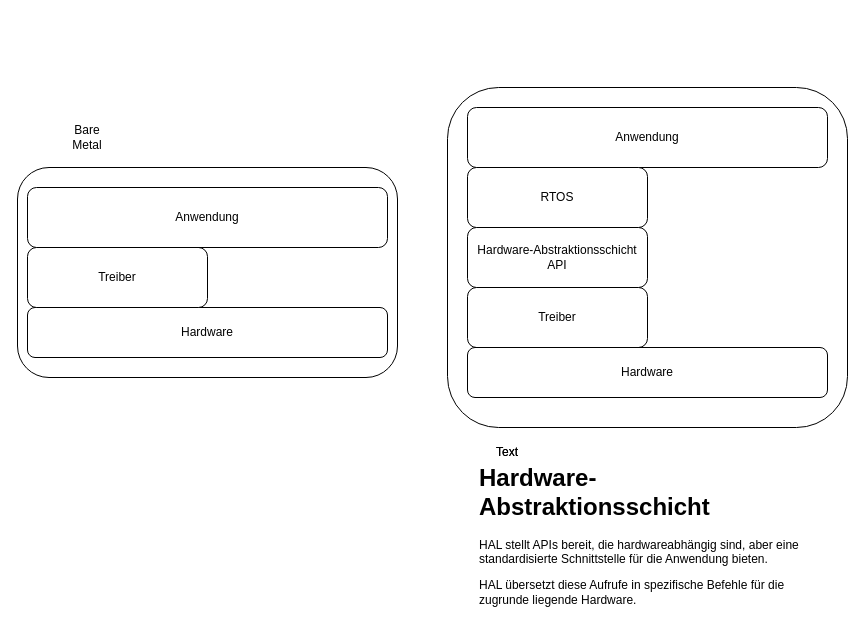
This is Unbenanntes Diagramm.drawio from JulianSchaa/JulianSchaa, a draw.io file, before an edit. Source tidied: cells renumbered, new cells numbered last; positions are measured from the earlier drawing's top-left corner, leaving out a move shared by most shapes. Both pictures are drawn from the tidied source at 100%, with x=0, y=0 at pixel (17, 87).
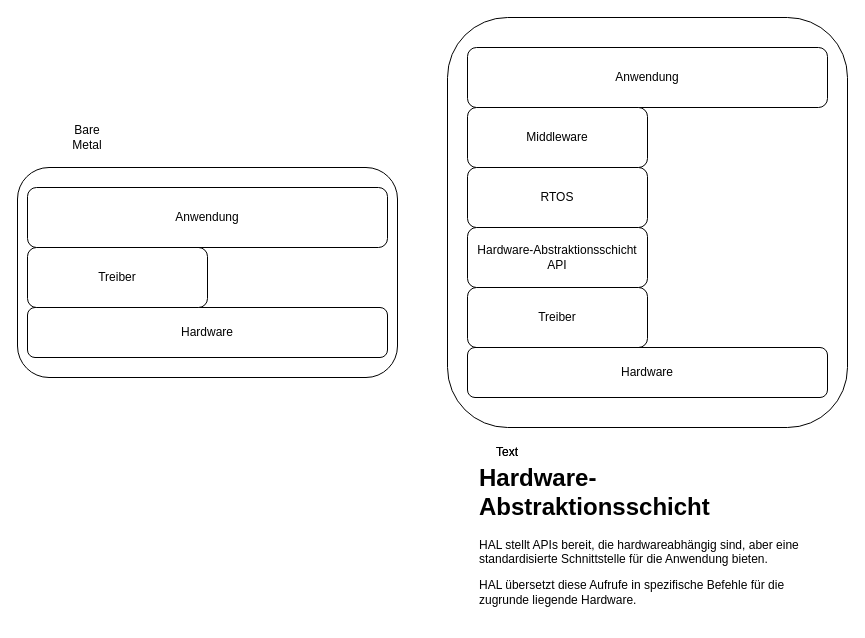
The same diagram, later.

What changed in the source:
```diff
@@
 <mxGraphModel>
   <root>
     <mxCell id="0" />
     <mxCell id="1" parent="0" />
     <mxCell id="2" style="rounded=1;whiteSpace=wrap;html=1;" parent="1" vertex="1">
-      <mxGeometry x="430" width="400" height="340" as="geometry" />
+      <mxGeometry x="430" y="-70" width="400" height="410" as="geometry" />
     </mxCell>
     <mxCell id="3" value="Anwendung" style="rounded=1;whiteSpace=wrap;html=1;" parent="1" vertex="1">
-      <mxGeometry x="450" y="20" width="360" height="60" as="geometry" />
+      <mxGeometry x="450" y="-40" width="360" height="60" as="geometry" />
     </mxCell>
     <mxCell id="4" value="RTOS" style="rounded=1;whiteSpace=wrap;html=1;" parent="1" vertex="1">
       <mxGeometry x="450" y="80" width="180" height="60" as="geometry" />
     </mxCell>
     <mxCell id="5" value="&lt;div&gt;Hardware-Abstraktionsschicht&lt;/div&gt;&lt;div&gt;API&lt;br&gt; &lt;/div&gt;" style="rounded=1;whiteSpace=wrap;html=1;" parent="1" vertex="1">
       <mxGeometry x="450" y="140" width="180" height="60" as="geometry" />
     </mxCell>
     <mxCell id="6" value="&lt;h1 style=&quot;margin-top: 0px;&quot;&gt;Hardware-Abstraktionsschicht &lt;/h1&gt;&lt;p&gt;HAL stellt APIs bereit, die hardwareabhängig sind, aber eine standardisierte Schnittstelle für die Anwendung bieten.&lt;/p&gt;&lt;p&gt;HAL übersetzt diese Aufrufe in spezifische Befehle für die zugrunde liegende Hardware.&lt;/p&gt;" style="text;html=1;whiteSpace=wrap;overflow=hidden;rounded=0;" parent="1" vertex="1">
       <mxGeometry x="460" y="370" width="340" height="160" as="geometry" />
     </mxCell>
     <mxCell id="7" value="Treiber" style="rounded=1;whiteSpace=wrap;html=1;" parent="1" vertex="1">
       <mxGeometry x="450" y="200" width="180" height="60" as="geometry" />
     </mxCell>
     <mxCell id="8" value="Hardware" style="rounded=1;whiteSpace=wrap;html=1;" parent="1" vertex="1">
       <mxGeometry x="450" y="260" width="360" height="50" as="geometry" />
     </mxCell>
     <mxCell id="9" style="rounded=1;whiteSpace=wrap;html=1;" parent="1" vertex="1">
       <mxGeometry y="80" width="380" height="210" as="geometry" />
     </mxCell>
     <mxCell id="10" value="Hardware" style="rounded=1;whiteSpace=wrap;html=1;" parent="1" vertex="1">
       <mxGeometry x="10" y="220" width="360" height="50" as="geometry" />
     </mxCell>
     <mxCell id="11" value="Treiber" style="rounded=1;whiteSpace=wrap;html=1;" parent="1" vertex="1">
       <mxGeometry x="10" y="160" width="180" height="60" as="geometry" />
     </mxCell>
     <mxCell id="12" value="Anwendung" style="rounded=1;whiteSpace=wrap;html=1;" parent="1" vertex="1">
       <mxGeometry x="10" y="100" width="360" height="60" as="geometry" />
     </mxCell>
     <mxCell id="13" value="Text" style="text;html=1;align=center;verticalAlign=middle;whiteSpace=wrap;rounded=0;" parent="1" vertex="1">
       <mxGeometry x="460" y="350" width="60" height="30" as="geometry" />
     </mxCell>
     <mxCell id="14" value="Text" style="text;html=1;align=center;verticalAlign=middle;whiteSpace=wrap;rounded=0;" parent="1" vertex="1">
       <mxGeometry x="460" y="350" width="60" height="30" as="geometry" />
     </mxCell>
     <mxCell id="15" value="Bare Metal" style="text;html=1;align=center;verticalAlign=middle;whiteSpace=wrap;rounded=0;" parent="1" vertex="1">
       <mxGeometry x="40" y="35" width="60" height="30" as="geometry" />
     </mxCell>
+    <mxCell id="16" value="Middleware" style="rounded=1;whiteSpace=wrap;html=1;" parent="1" vertex="1">
+      <mxGeometry x="450" y="20" width="180" height="60" as="geometry" />
+    </mxCell>
   </root>
 </mxGraphModel>
```
